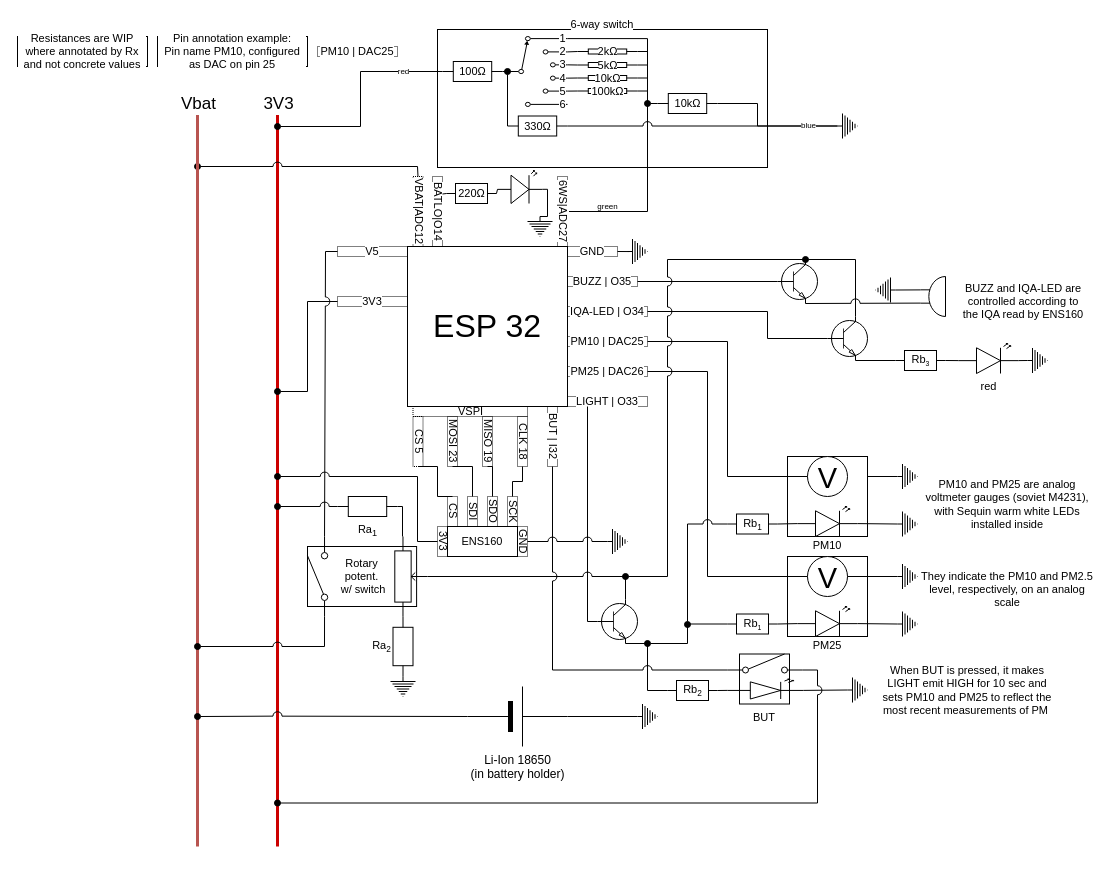
Above: airstation-base.drawio in maclav3/airstation (draw.io), before the change. Source tidied: cells renumbered, new cells numbered last; positions are measured from the earlier drawing's top-left corner, leaving out a move shared by most shapes. Both pictures are drawn from the tidied source at 100%, with x=0, y=0 at pixel (17, 29).
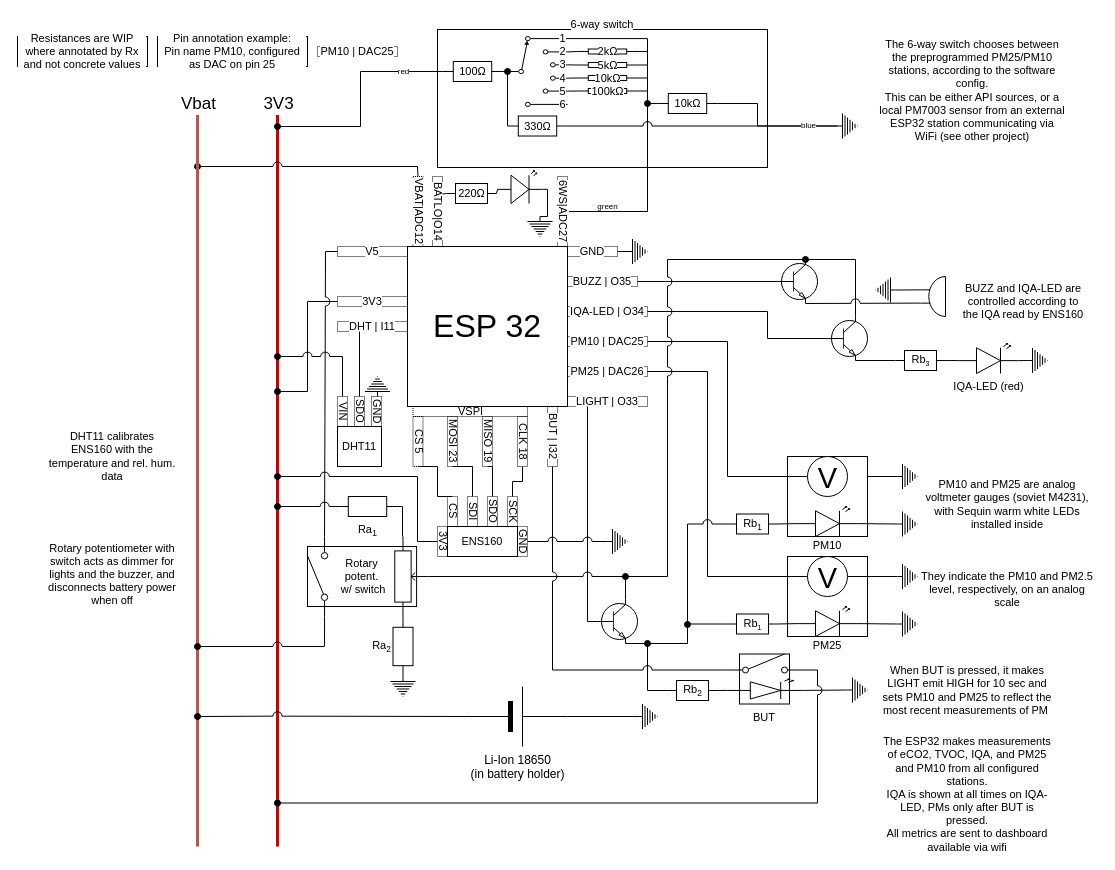
Above is the later version.

Commit message:
looks about done

Unchanged cells that the change refers to:
```xml
<mxCell id="46" style="group;" parent="1" vertex="1">
  <mxGeometry x="320" y="217" width="310" height="220" as="geometry" />
</mxCell>
```

Change to the diagram source:
```diff
@@
     <mxCell id="47" style="group;" parent="46" vertex="1">
-      <mxGeometry width="310" height="160" as="geometry" />
+      <mxGeometry width="310" height="220" as="geometry" />
     </mxCell>
@@
+    <mxCell id="155" style="group;" parent="47" vertex="1">
+      <mxGeometry y="150" width="44" height="70" as="geometry" />
+    </mxCell>
+    <mxCell id="156" value="DHT11" style="rounded=0;whiteSpace=wrap;html=1;fontFamily=Helvetica;fontSize=11;fontColor=default;labelBackgroundColor=default;" parent="155" vertex="1">
+      <mxGeometry y="30" width="44" height="40" as="geometry" />
+    </mxCell>
+    <mxCell id="157" style="edgeStyle=elbowEdgeStyle;shape=connector;rounded=0;jumpStyle=arc;jumpSize=9;jettySize=auto;html=1;strokeColor=default;align=center;verticalAlign=middle;fontFamily=Helvetica;fontSize=11;fontColor=default;labelBackgroundColor=default;startFill=0;endArrow=oval;endFill=1;" parent="155" edge="1" source="158">
+      <mxGeometry relative="1" as="geometry">
+        <mxPoint x="-60" y="-40" as="targetPoint" />
+        <Array as="points">
+          <mxPoint x="5" y="-10" />
+        </Array>
+      </mxGeometry>
+    </mxCell>
+    <mxCell id="158" value="VIN" style="text;html=1;align=center;verticalAlign=middle;whiteSpace=wrap;rounded=0;fontFamily=Helvetica;fontSize=11;fontColor=default;labelBackgroundColor=none;fillColor=none;strokeColor=default;dashed=1;textDirection=vertical-rl;horizontal=1;direction=south;dashPattern=1 1;" parent="155" vertex="1">
+      <mxGeometry width="10" height="30" as="geometry" />
+    </mxCell>
+    <mxCell id="159" value="SDO" style="text;html=1;align=center;verticalAlign=middle;whiteSpace=wrap;rounded=0;fontFamily=Helvetica;fontSize=11;fontColor=default;labelBackgroundColor=none;fillColor=none;strokeColor=default;dashed=1;textDirection=vertical-rl;horizontal=1;direction=south;dashPattern=1 1;" parent="155" vertex="1">
+      <mxGeometry x="17" width="10" height="30" as="geometry" />
+    </mxCell>
+    <mxCell id="160" value="GND" style="text;html=1;align=center;verticalAlign=middle;whiteSpace=wrap;rounded=0;fontFamily=Helvetica;fontSize=11;fontColor=default;labelBackgroundColor=none;fillColor=none;strokeColor=default;dashed=1;textDirection=vertical-rl;horizontal=1;direction=south;dashPattern=1 1;" parent="155" vertex="1">
+      <mxGeometry x="34" width="10" height="30" as="geometry" />
+    </mxCell>
+    <mxCell id="161" style="verticalLabelPosition=bottom;shadow=0;dashed=0;align=center;html=1;verticalAlign=top;shape=mxgraph.electrical.signal_sources.protective_earth;fontFamily=Helvetica;fontSize=11;fontColor=default;labelBackgroundColor=default;direction=west;" parent="47" vertex="1">
+      <mxGeometry x="27.5" y="130" width="25" height="20" as="geometry" />
+    </mxCell>
+    <mxCell id="162" value="DHT | I11" style="text;html=1;align=center;verticalAlign=middle;whiteSpace=wrap;rounded=0;fontFamily=Helvetica;fontSize=11;fontColor=default;labelBackgroundColor=default;fillColor=none;strokeColor=default;dashed=1;dashPattern=1 1;" parent="47" vertex="1">
+      <mxGeometry y="75" width="70" height="10" as="geometry" />
+    </mxCell>
+    <mxCell id="163" style="edgeStyle=elbowEdgeStyle;shape=connector;rounded=0;jumpStyle=arc;jumpSize=9;jettySize=auto;html=1;strokeColor=default;align=center;verticalAlign=middle;fontFamily=Helvetica;fontSize=11;fontColor=default;labelBackgroundColor=default;startFill=0;endArrow=none;" parent="47" edge="1" source="159">
+      <mxGeometry relative="1" as="geometry">
+        <mxPoint x="22" y="85" as="targetPoint" />
+        <Array as="points">
+          <mxPoint x="22" y="120" />
+        </Array>
+      </mxGeometry>
+    </mxCell>
@@
-    <mxCell id="114" value="red" style="verticalLabelPosition=bottom;shadow=0;dashed=0;align=center;html=1;verticalAlign=top;shape=mxgraph.electrical.opto_electronics.led_2;fontFamily=Helvetica;fontSize=11;fontColor=default;labelBackgroundColor=default;" parent="1" vertex="1">
+    <mxCell id="114" value="IQA-LED (red)" style="verticalLabelPosition=bottom;shadow=0;dashed=0;align=center;html=1;verticalAlign=top;shape=mxgraph.electrical.opto_electronics.led_2;fontFamily=Helvetica;fontSize=11;fontColor=default;labelBackgroundColor=default;" parent="1" vertex="1">
       <mxGeometry x="941" y="314" width="60" height="30" as="geometry" />
     </mxCell>
@@
+    <mxCell id="164" value="DHT11 calibrates ENS160 with the temperature and rel. hum. data" style="text;html=1;align=center;verticalAlign=middle;whiteSpace=wrap;rounded=0;fontFamily=Helvetica;fontSize=11;fontColor=default;labelBackgroundColor=default;" parent="1" vertex="1">
+      <mxGeometry x="30" y="394.5" width="130" height="65" as="geometry" />
+    </mxCell>
+    <mxCell id="165" value="Rotary potentiometer with switch acts as dimmer for lights and the buzzer, and disconnects battery power when off" style="text;html=1;align=center;verticalAlign=middle;whiteSpace=wrap;rounded=0;fontFamily=Helvetica;fontSize=11;fontColor=default;labelBackgroundColor=default;" parent="1" vertex="1">
+      <mxGeometry x="30" y="512" width="130" height="65" as="geometry" />
+    </mxCell>
+    <mxCell id="166" value="The 6-way switch chooses between the preprogrammed PM25/PM10 stations, according to the software config.&lt;div&gt;This can be either API sources, or a local PM7003 sensor from an external ESP32 station communicating via WiFi (see other project)&lt;/div&gt;" style="text;html=1;align=center;verticalAlign=middle;whiteSpace=wrap;rounded=0;fontFamily=Helvetica;fontSize=11;fontColor=default;labelBackgroundColor=default;" parent="1" vertex="1">
+      <mxGeometry x="860" y="46" width="190" height="30" as="geometry" />
+    </mxCell>
+    <mxCell id="167" value="The ESP32 makes measurements of eCO2, TVOC, IQA, and PM25 and PM10 from all configured stations.&lt;div&gt;IQA is shown at all times on IQA-LED, PMs only after BUT is pressed.&lt;/div&gt;&lt;div&gt;All metrics are sent to dashboard available via wifi&lt;/div&gt;" style="text;html=1;align=center;verticalAlign=middle;whiteSpace=wrap;rounded=0;fontFamily=Helvetica;fontSize=11;fontColor=default;labelBackgroundColor=default;" parent="1" vertex="1">
+      <mxGeometry x="860" y="717" width="180" height="95" as="geometry" />
+    </mxCell>
```
